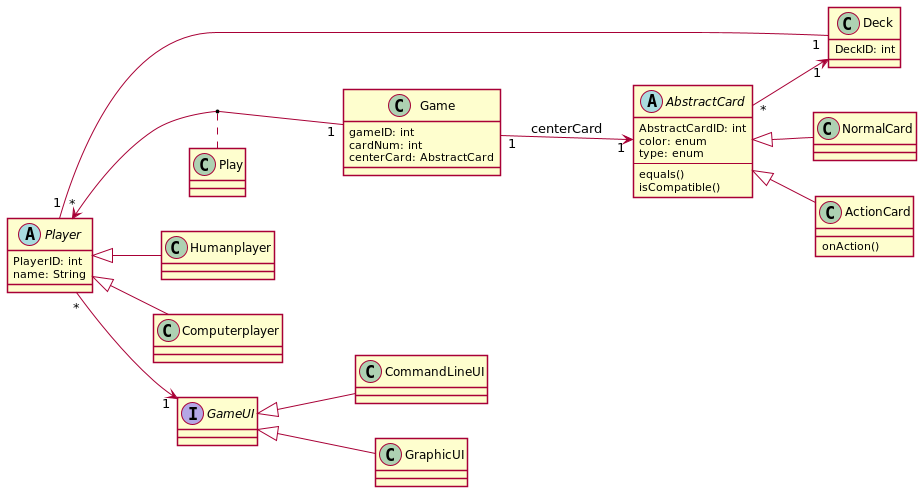
Above: asciidocs/images/class-diagramm.png in 2122-3bhitm-itp/02-project-uno (PlantUML), before the change. Its diagram source:
```plantuml
@startuml

skinparam backgroundcolor transparent
skinparam shadowing false

left to right direction

abstract Player{
PlayerID: int
name: String
}
class Deck{
DeckID: int
}

class Humanplayer{
}

class Computerplayer{
}
abstract AbstractCard{
AbstractCardID: int
color: enum
type: enum
--
equals()
isCompatible()
}
class NormalCard{
}
class ActionCard{
onAction()
}

class Game{
gameID: int
cardNum: int
centerCard: AbstractCard
}
interface GameUI{

}
class CommandLineUI{
}
class GraphicUI{
}

AbstractCard <|-- NormalCard
AbstractCard <|-- ActionCard

Player <|-- Computerplayer
Player <|-- Humanplayer
Player "1" -- "1" Deck
Player "*" --> "1" GameUI
Player "*" <-- "1" Game

AbstractCard "*" --> "1" Deck

Game "1" --> "1" AbstractCard : centerCard

(Game, Player)..Play

GameUI<|-- CommandLineUI
GameUI<|-- GraphicUI
@enduml
```
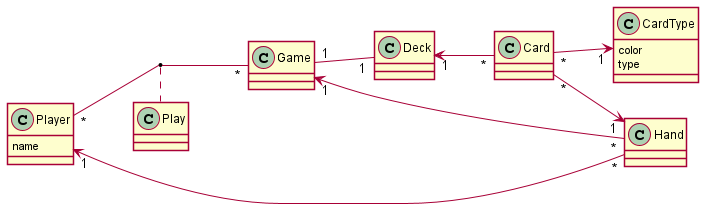
After the commit.

Change to the diagram source:
```diff
@@ -1,65 +1,35 @@
 @startuml
-
 skinparam backgroundcolor transparent
 skinparam shadowing false
 
 left to right direction
 
-abstract Player{
-PlayerID: int
-name: String
-}
-class Deck{
-DeckID: int
+class Player {
+    name
 }
 
-class Humanplayer{
+class Hand
+
+class Game
+
+class Deck
+
+class Card
+
+class CardType {
+    color
+    type
 }
 
-class Computerplayer{
-}
-abstract AbstractCard{
-AbstractCardID: int
-color: enum
-type: enum
---
-equals()
-isCompatible()
-}
-class NormalCard{
-}
-class ActionCard{
-onAction()
-}
+Player "1"<--"*" Hand
+Player "*"--"*" Game
+(Player, Game) .. Play
 
-class Game{
-gameID: int
-cardNum: int
-centerCard: AbstractCard
-}
-interface GameUI{
 
-}
-class CommandLineUI{
-}
-class GraphicUI{
-}
+Game "1"<--"*" Hand
+Game "1"--"1" Deck
 
-AbstractCard <|-- NormalCard
-AbstractCard <|-- ActionCard
-
-Player <|-- Computerplayer
-Player <|-- Humanplayer
-Player "1" -- "1" Deck
-Player "*" --> "1" GameUI
-Player "*" <-- "1" Game
-
-AbstractCard "*" --> "1" Deck
-
-Game "1" --> "1" AbstractCard : centerCard
-
-(Game, Player)..Play
-
-GameUI<|-- CommandLineUI
-GameUI<|-- GraphicUI
+Deck "1"<--"*" Card
+Card "*"-->"1" CardType
+Card "*"-->"1" Hand
 @enduml
```
